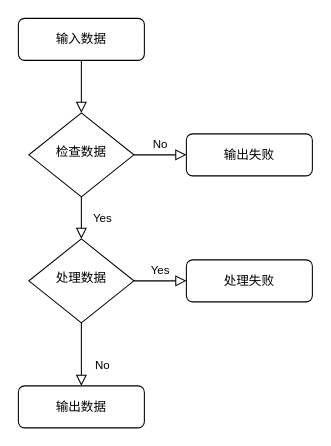
Gracexxx20/yusin keeps this draw.io diagram as 未命名绘图.drawio. Above is the earlier version. Source tidied: cells renumbered, new cells numbered last; positions are measured from the earlier drawing's top-left corner, leaving out a move shared by most shapes. Both pictures are drawn from the tidied source at 105%, with x=0, y=0 at pixel (18, 18).
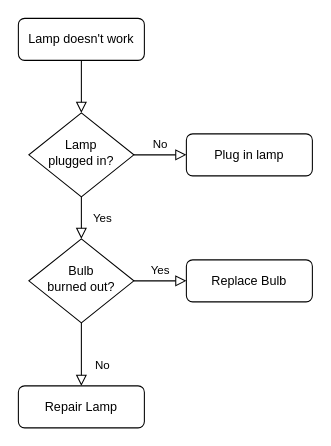
The same page after the edit.

What changed in the source:
```diff
@@
 <mxGraphModel>
   <root>
     <mxCell id="0" />
     <mxCell id="1" parent="0" />
     <mxCell id="2" style="rounded=0;html=1;jettySize=auto;fontSize=11;endArrow=block;endFill=0;endSize=8;strokeWidth=1;shadow=0;labelBackgroundColor=none;edgeStyle=orthogonalEdgeStyle;" parent="1" edge="1" source="3" target="6">
       <mxGeometry relative="1" as="geometry" />
     </mxCell>
-    <mxCell id="3" value="输入数据" style="rounded=1;whiteSpace=wrap;html=1;fontSize=12;glass=0;strokeWidth=1;shadow=0;" parent="1" vertex="1">
+    <mxCell id="3" value="Lamp doesn't work" style="rounded=1;whiteSpace=wrap;html=1;fontSize=12;glass=0;strokeWidth=1;shadow=0;" parent="1" vertex="1">
       <mxGeometry width="120" height="40" as="geometry" />
     </mxCell>
     <mxCell id="4" value="Yes" style="rounded=0;html=1;jettySize=auto;fontSize=11;endArrow=block;endFill=0;endSize=8;strokeWidth=1;shadow=0;labelBackgroundColor=none;edgeStyle=orthogonalEdgeStyle;" parent="1" edge="1" source="6" target="10">
       <mxGeometry y="20" relative="1" as="geometry" />
     </mxCell>
     <mxCell id="5" value="No" style="edgeStyle=orthogonalEdgeStyle;rounded=0;html=1;jettySize=auto;fontSize=11;endArrow=block;endFill=0;endSize=8;strokeWidth=1;shadow=0;labelBackgroundColor=none;" parent="1" edge="1" source="6" target="7">
       <mxGeometry y="10" relative="1" as="geometry" />
     </mxCell>
-    <mxCell id="6" value="检查数据" style="rhombus;whiteSpace=wrap;html=1;shadow=0;fontFamily=Helvetica;fontSize=12;align=center;strokeWidth=1;spacing=6;spacingTop=-4;" parent="1" vertex="1">
+    <mxCell id="6" value="Lamp&lt;br&gt;plugged in?" style="rhombus;whiteSpace=wrap;html=1;shadow=0;fontFamily=Helvetica;fontSize=12;align=center;strokeWidth=1;spacing=6;spacingTop=-4;" parent="1" vertex="1">
       <mxGeometry x="10" y="90" width="100" height="80" as="geometry" />
     </mxCell>
-    <mxCell id="7" value="输出失败" style="rounded=1;whiteSpace=wrap;html=1;fontSize=12;glass=0;strokeWidth=1;shadow=0;" parent="1" vertex="1">
+    <mxCell id="7" value="Plug in lamp" style="rounded=1;whiteSpace=wrap;html=1;fontSize=12;glass=0;strokeWidth=1;shadow=0;" parent="1" vertex="1">
       <mxGeometry x="160" y="110" width="120" height="40" as="geometry" />
     </mxCell>
     <mxCell id="8" value="No" style="rounded=0;html=1;jettySize=auto;fontSize=11;endArrow=block;endFill=0;endSize=8;strokeWidth=1;shadow=0;labelBackgroundColor=none;edgeStyle=orthogonalEdgeStyle;" parent="1" edge="1" source="10" target="11">
       <mxGeometry x="0.33" y="20" relative="1" as="geometry" />
     </mxCell>
     <mxCell id="9" value="Yes" style="edgeStyle=orthogonalEdgeStyle;rounded=0;html=1;jettySize=auto;fontSize=11;endArrow=block;endFill=0;endSize=8;strokeWidth=1;shadow=0;labelBackgroundColor=none;" parent="1" edge="1" source="10" target="12">
       <mxGeometry y="10" relative="1" as="geometry" />
     </mxCell>
-    <mxCell id="10" value="处理数据" style="rhombus;whiteSpace=wrap;html=1;shadow=0;fontFamily=Helvetica;fontSize=12;align=center;strokeWidth=1;spacing=6;spacingTop=-4;" parent="1" vertex="1">
+    <mxCell id="10" value="Bulb&lt;br&gt;burned out?" style="rhombus;whiteSpace=wrap;html=1;shadow=0;fontFamily=Helvetica;fontSize=12;align=center;strokeWidth=1;spacing=6;spacingTop=-4;" parent="1" vertex="1">
       <mxGeometry x="10" y="210" width="100" height="80" as="geometry" />
     </mxCell>
-    <mxCell id="11" value="输出数据" style="rounded=1;whiteSpace=wrap;html=1;fontSize=12;glass=0;strokeWidth=1;shadow=0;" parent="1" vertex="1">
+    <mxCell id="11" value="Repair Lamp" style="rounded=1;whiteSpace=wrap;html=1;fontSize=12;glass=0;strokeWidth=1;shadow=0;" parent="1" vertex="1">
       <mxGeometry y="350" width="120" height="40" as="geometry" />
     </mxCell>
-    <mxCell id="12" value="处理失败" style="rounded=1;whiteSpace=wrap;html=1;fontSize=12;glass=0;strokeWidth=1;shadow=0;" parent="1" vertex="1">
+    <mxCell id="12" value="Replace Bulb" style="rounded=1;whiteSpace=wrap;html=1;fontSize=12;glass=0;strokeWidth=1;shadow=0;" parent="1" vertex="1">
       <mxGeometry x="160" y="230" width="120" height="40" as="geometry" />
     </mxCell>
   </root>
 </mxGraphModel>
```
